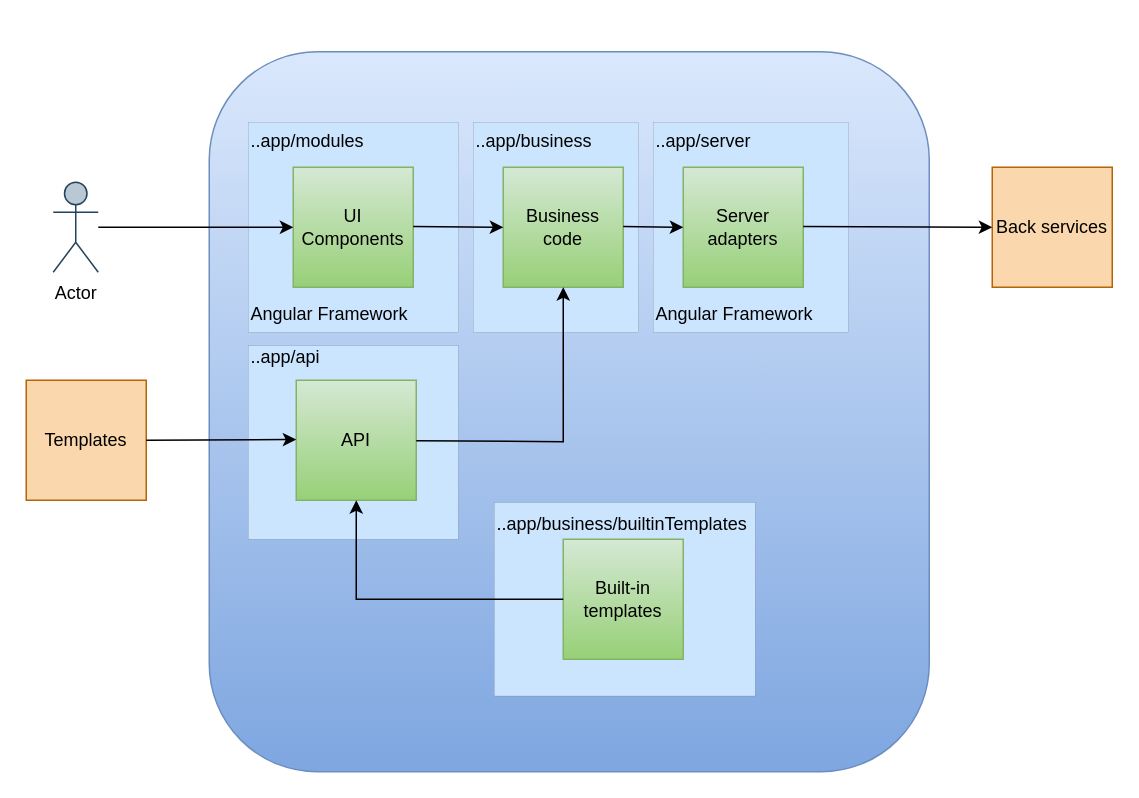
The draw.io diagram src/docs/asciidoc/images/SoftwareArchitecture-UI.drawio in lf-energy-projects-renovation-state/operatorfabric-core, before the edit. Source tidied: cells renumbered, new cells numbered last; positions are measured from the earlier drawing's top-left corner, leaving out a move shared by most shapes. Both pictures are drawn from the tidied source at 150%, with x=0, y=0 at pixel (26, 51).
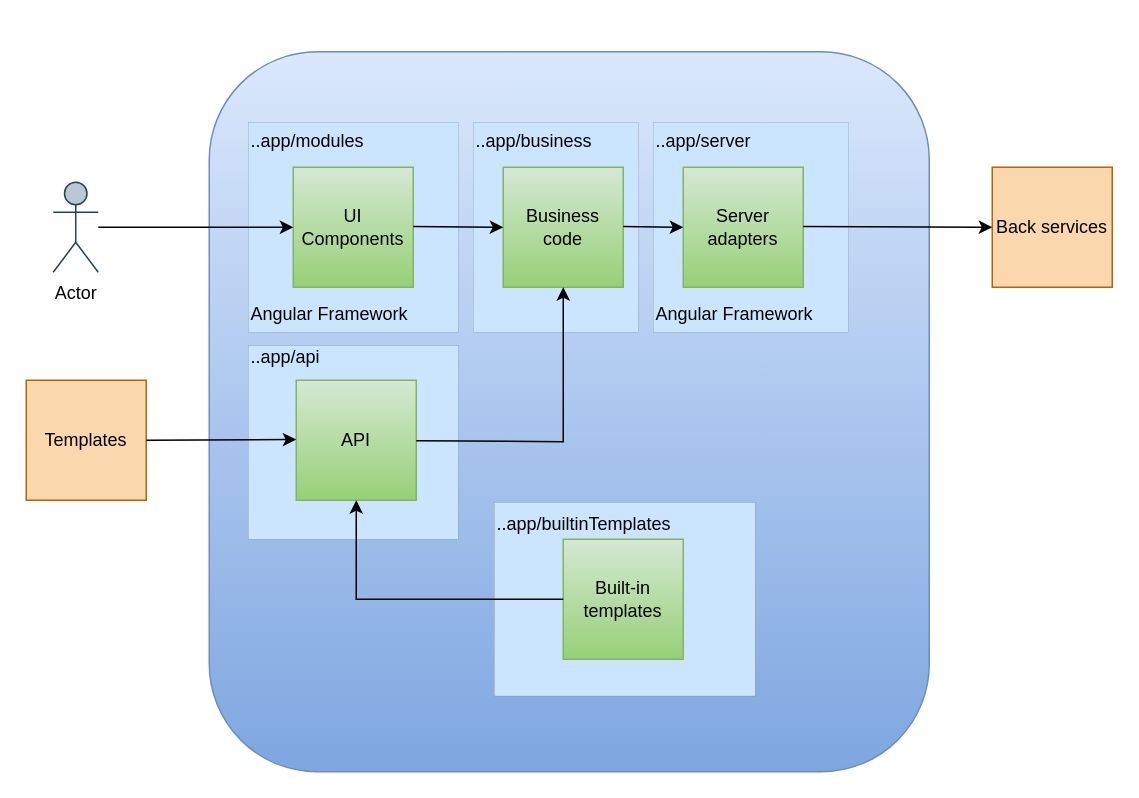
Above is the later version.

Diff of the diagram source:
```diff
@@
-    <mxCell id="3" value="&lt;div&gt;..app/business/builtinTemplates&lt;/div&gt;&lt;div&gt;&lt;br&gt;&lt;/div&gt;&lt;div&gt;&lt;br&gt;&lt;/div&gt;&lt;div&gt;&lt;br&gt;&lt;/div&gt;&lt;div&gt;&lt;br&gt;&lt;/div&gt;&lt;div&gt;&lt;br&gt;&lt;/div&gt;&lt;div&gt;&lt;br&gt;&lt;/div&gt;&lt;div&gt;&lt;br&gt;&lt;/div&gt;" style="rounded=0;whiteSpace=wrap;html=1;fillColor=#cce5ff;strokeWidth=0;strokeColor=#36393d;align=left;" parent="1" vertex="1">
+    <mxCell id="3" value="&lt;div&gt;..app/builtinTemplates&lt;/div&gt;&lt;div&gt;&lt;br&gt;&lt;/div&gt;&lt;div&gt;&lt;br&gt;&lt;/div&gt;&lt;div&gt;&lt;br&gt;&lt;/div&gt;&lt;div&gt;&lt;br&gt;&lt;/div&gt;&lt;div&gt;&lt;br&gt;&lt;/div&gt;&lt;div&gt;&lt;br&gt;&lt;/div&gt;&lt;div&gt;&lt;br&gt;&lt;/div&gt;" style="rounded=0;whiteSpace=wrap;html=1;fillColor=#cce5ff;strokeWidth=0;strokeColor=#36393d;align=left;" parent="1" vertex="1">
       <mxGeometry x="312" y="300.5" width="174" height="129" as="geometry" />
     </mxCell>
```
